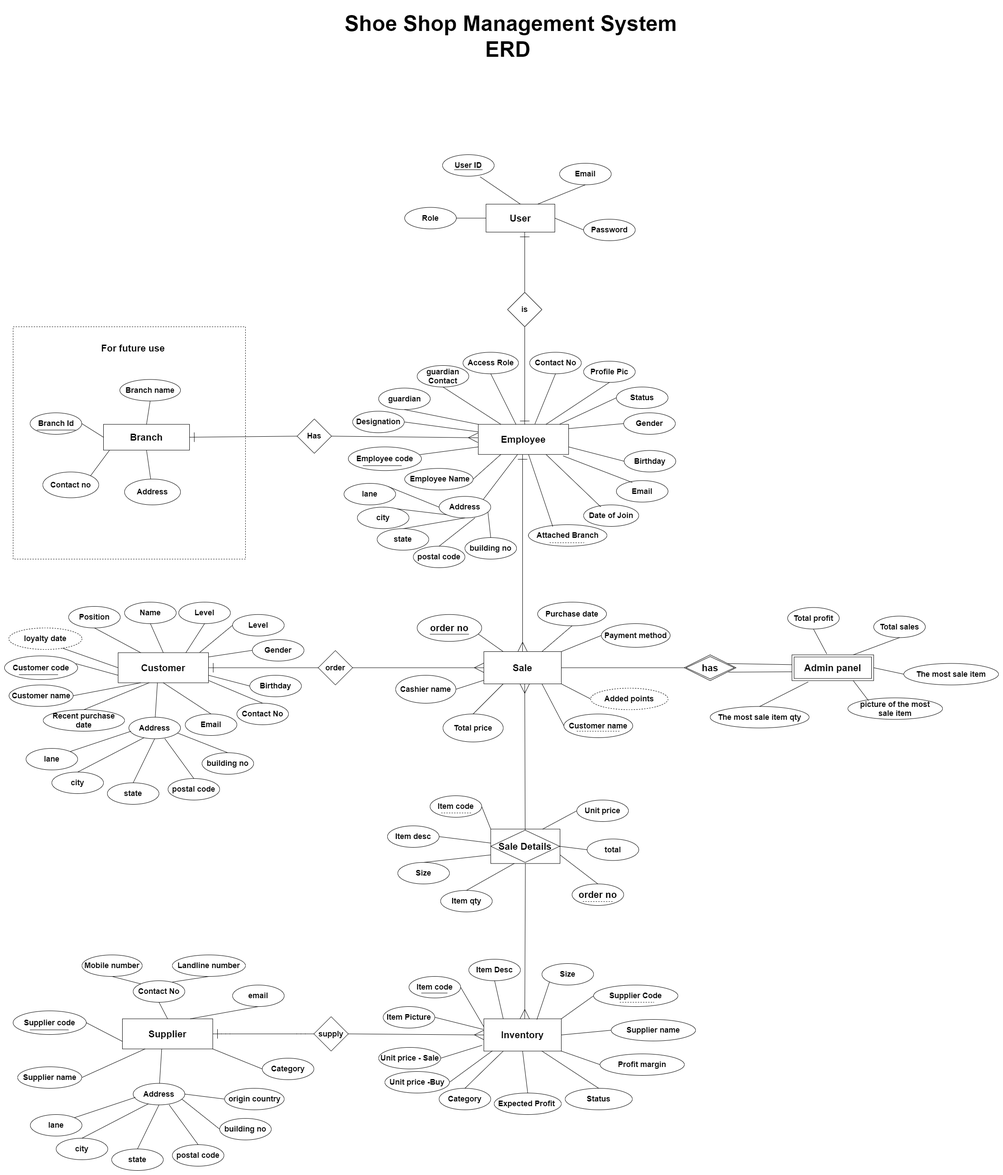
YasasDaraka/Shoe-shop-management-system keeps this draw.io diagram as entity relation diagram.png. Above is the earlier version. Source tidied: cells renumbered, new cells last; positions are measured from the earlier drawing's top-left corner, leaving out a move shared by most shapes.
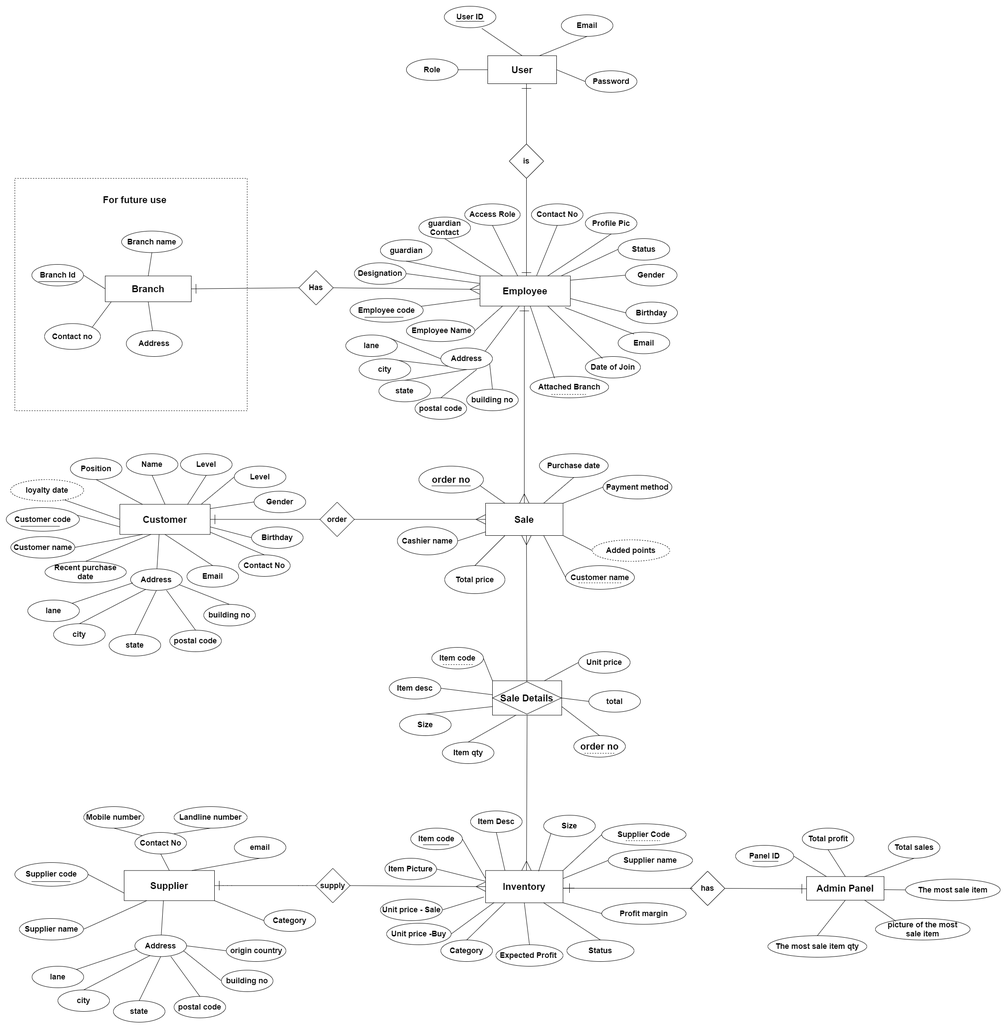
Above is the later version.

Diff of the diagram source:
```diff
@@ -33,7 +33,7 @@
       <mxGeometry x="1079" y="2210" width="120" height="50" as="geometry" />
     </mxCell>
     <mxCell id="12" value="&lt;h2&gt;Supplier Code &lt;/h2&gt;" style="ellipse;whiteSpace=wrap;html=1;" parent="1" vertex="1">
-      <mxGeometry x="1369" y="2270" width="196" height="50" as="geometry" />
+      <mxGeometry x="1384" y="2240" width="196" height="50" as="geometry" />
     </mxCell>
     <mxCell id="13" value="&lt;h2&gt;Expected Profit&amp;nbsp;&lt;/h2&gt;" style="ellipse;whiteSpace=wrap;html=1;" parent="1" vertex="1">
       <mxGeometry x="1138" y="2521" width="156" height="50" as="geometry" />
@@ -365,13 +365,13 @@
       <mxGeometry relative="1" as="geometry" />
     </mxCell>
     <mxCell id="108" value="&lt;h2&gt;Supplier name&lt;/h2&gt;" style="ellipse;whiteSpace=wrap;html=1;" parent="1" vertex="1">
-      <mxGeometry x="1410" y="2350" width="196" height="50" as="geometry" />
+      <mxGeometry x="1399" y="2300" width="196" height="50" as="geometry" />
     </mxCell>
-    <mxCell id="109" style="endArrow=none;html=1;strokeColor=#000000;exitX=1;exitY=0.5;exitDx=0;exitDy=0;entryX=0;entryY=0.5;entryDx=0;entryDy=0;" parent="1" edge="1" source="9" target="108">
+    <mxCell id="109" style="endArrow=none;html=1;strokeColor=#000000;exitX=1;exitY=0.25;exitDx=0;exitDy=0;entryX=0;entryY=0.5;entryDx=0;entryDy=0;" parent="1" edge="1" source="9" target="108">
       <mxGeometry relative="1" as="geometry" />
     </mxCell>
     <mxCell id="110" value="&lt;h2&gt;Profit margin&lt;/h2&gt;" style="ellipse;whiteSpace=wrap;html=1;" parent="1" vertex="1">
-      <mxGeometry x="1384" y="2430" width="196" height="50" as="geometry" />
+      <mxGeometry x="1384" y="2423.5" width="196" height="50" as="geometry" />
     </mxCell>
     <mxCell id="111" style="endArrow=none;html=1;strokeColor=#000000;entryX=0;entryY=0.5;entryDx=0;entryDy=0;exitX=1;exitY=1;exitDx=0;exitDy=0;" parent="1" edge="1" source="9" target="110">
       <mxGeometry relative="1" as="geometry" />
@@ -563,8 +563,8 @@
     </mxCell>
     <mxCell id="168" style="endArrow=none;html=1;dashed=1;" parent="1" edge="1">
       <mxGeometry relative="1" as="geometry">
-        <mxPoint x="1430" y="2310" as="sourcePoint" />
-        <mxPoint x="1509" y="2310" as="targetPoint" />
+        <mxPoint x="1440" y="2279.2" as="sourcePoint" />
+        <mxPoint x="1519" y="2279.2" as="targetPoint" />
       </mxGeometry>
     </mxCell>
     <mxCell id="169" value="&lt;h3&gt;&lt;font style=&quot;font-size: 22px&quot;&gt;Employee&lt;/font&gt;&lt;/h3&gt;" style="rounded=0;whiteSpace=wrap;html=1;" parent="1" vertex="1">
@@ -705,56 +705,77 @@
         <mxPoint x="1347" y="1242" as="targetPoint" />
       </mxGeometry>
     </mxCell>
+    <mxCell id="228" value="&lt;h3&gt;&lt;span style=&quot;font-size: 22px&quot;&gt;For future use&lt;/span&gt;&lt;/h3&gt;" style="text;html=1;strokeColor=none;fillColor=none;align=center;verticalAlign=middle;whiteSpace=wrap;rounded=0;dashed=1;" parent="1" vertex="1">
+      <mxGeometry x="209" y="770" width="180" height="40" as="geometry" />
+    </mxCell>
     <mxCell id="213" value="&lt;h2&gt;Total sales &lt;/h2&gt;" style="ellipse;whiteSpace=wrap;html=1;" parent="1" vertex="1">
-      <mxGeometry x="2020" y="1412.5" width="120" height="50" as="geometry" />
+      <mxGeometry x="2050" y="2270" width="120" height="50" as="geometry" />
     </mxCell>
     <mxCell id="214" value="&lt;h2&gt;The most sale item&lt;/h2&gt;" style="ellipse;whiteSpace=wrap;html=1;" parent="1" vertex="1">
-      <mxGeometry x="2090" y="1522.5" width="220" height="50" as="geometry" />
+      <mxGeometry x="2090" y="2368.5" width="220" height="50" as="geometry" />
     </mxCell>
     <mxCell id="215" value="&lt;h2&gt;The most sale item qty&lt;/h2&gt;" style="ellipse;whiteSpace=wrap;html=1;" parent="1" vertex="1">
-      <mxGeometry x="1640" y="1622.5" width="230" height="50" as="geometry" />
+      <mxGeometry x="1770" y="2500" width="230" height="50" as="geometry" />
     </mxCell>
-    <mxCell id="216" style="endArrow=none;html=1;strokeColor=#000000;entryX=0.5;entryY=1;entryDx=0;entryDy=0;exitX=0.75;exitY=0;exitDx=0;exitDy=0;" parent="1" edge="1" source="223" target="213">
-      <mxGeometry relative="1" as="geometry" />
-    </mxCell>
-    <mxCell id="217" style="endArrow=none;html=1;strokeColor=#000000;entryX=0.5;entryY=1;entryDx=0;entryDy=0;exitX=0.426;exitY=-0.033;exitDx=0;exitDy=0;exitPerimeter=0;" parent="1" edge="1" source="223" target="220">
-      <mxGeometry relative="1" as="geometry" />
-    </mxCell>
-    <mxCell id="218" style="endArrow=none;html=1;strokeColor=#000000;entryX=0.198;entryY=1.05;entryDx=0;entryDy=0;exitX=0.5;exitY=0;exitDx=0;exitDy=0;entryPerimeter=0;" parent="1" edge="1" source="215" target="223">
-      <mxGeometry relative="1" as="geometry" />
-    </mxCell>
-    <mxCell id="219" style="endArrow=none;html=1;strokeColor=#000000;entryX=0;entryY=0.5;entryDx=0;entryDy=0;exitX=1;exitY=0.5;exitDx=0;exitDy=0;" parent="1" edge="1" source="223" target="214">
-      <mxGeometry relative="1" as="geometry" />
-    </mxCell>
     <mxCell id="220" value="&lt;h2&gt;Total profit&lt;/h2&gt;" style="ellipse;whiteSpace=wrap;html=1;" parent="1" vertex="1">
-      <mxGeometry x="1820" y="1392.5" width="120" height="50" as="geometry" />
+      <mxGeometry x="1850" y="2250" width="120" height="50" as="geometry" />
     </mxCell>
+    <mxCell id="224" value="&lt;h2&gt;has&lt;/h2&gt;" style="rhombus;whiteSpace=wrap;html=1;" parent="1" vertex="1">
+      <mxGeometry x="1590" y="2350" width="80" height="80" as="geometry" />
+    </mxCell>
+    <mxCell id="230" value="&lt;h3&gt;&lt;font style=&quot;font-size: 22px&quot;&gt;Admin Panel&lt;/font&gt;&lt;/h3&gt;" style="rounded=0;whiteSpace=wrap;html=1;" parent="1" vertex="1">
+      <mxGeometry x="1860" y="2362.5" width="180" height="55" as="geometry" />
+    </mxCell>
+    <mxCell id="231" value="&lt;h2&gt;Panel ID&lt;/h2&gt;" style="ellipse;whiteSpace=wrap;html=1;" parent="1" vertex="1">
+      <mxGeometry x="1695" y="2290" width="135" height="50" as="geometry" />
+    </mxCell>
+    <mxCell id="232" style="edgeStyle=entityRelationEdgeStyle;fontSize=12;html=1;endArrow=ERone;endFill=0;strokeWidth=1;endSize=20;entryX=1;entryY=0.5;entryDx=0;entryDy=0;" parent="1" edge="1">
+      <mxGeometry relative="1" as="geometry">
+        <mxPoint x="1570" y="2390" as="sourcePoint" />
+        <mxPoint x="1320" y="2389.5" as="targetPoint" />
+        <Array as="points">
+          <mxPoint x="1590" y="2390" />
+          <mxPoint x="1600" y="2400" />
+          <mxPoint x="1600" y="2390" />
+          <mxPoint x="1600" y="2390" />
+        </Array>
+      </mxGeometry>
+    </mxCell>
+    <mxCell id="233" style="endArrow=ERone;html=1;entryX=0;entryY=0.5;entryDx=0;entryDy=0;endFill=0;endSize=20;exitX=1;exitY=0.5;exitDx=0;exitDy=0;" parent="1" edge="1" source="224">
+      <mxGeometry relative="1" as="geometry">
+        <mxPoint x="1860" y="2391" as="targetPoint" />
+      </mxGeometry>
+    </mxCell>
+    <mxCell id="234" style="endArrow=none;html=1;strokeColor=#000000;exitX=0.5;exitY=0;exitDx=0;exitDy=0;" parent="1" edge="1" source="230">
+      <mxGeometry relative="1" as="geometry">
+        <mxPoint x="1910" y="2300" as="targetPoint" />
+      </mxGeometry>
+    </mxCell>
+    <mxCell id="235" style="endArrow=none;html=1;strokeColor=#000000;entryX=1;entryY=0.5;entryDx=0;entryDy=0;" parent="1" edge="1" source="230" target="231">
+      <mxGeometry relative="1" as="geometry" />
+    </mxCell>
+    <mxCell id="236" style="endArrow=none;html=1;strokeColor=#000000;exitX=0.75;exitY=0;exitDx=0;exitDy=0;entryX=0.5;entryY=1;entryDx=0;entryDy=0;" parent="1" edge="1" source="230" target="213">
+      <mxGeometry relative="1" as="geometry" />
+    </mxCell>
+    <mxCell id="237" style="endArrow=none;html=1;strokeColor=#000000;entryX=0;entryY=0.5;entryDx=0;entryDy=0;" parent="1" edge="1" target="214">
+      <mxGeometry relative="1" as="geometry">
+        <mxPoint x="2040" y="2393" as="sourcePoint" />
+      </mxGeometry>
+    </mxCell>
+    <mxCell id="238" style="endArrow=none;html=1;strokeColor=#000000;exitX=0.5;exitY=0;exitDx=0;exitDy=0;entryX=0.5;entryY=1;entryDx=0;entryDy=0;" parent="1" edge="1" source="215" target="230">
+      <mxGeometry relative="1" as="geometry" />
+    </mxCell>
     <mxCell id="221" value="&lt;h2&gt; picture of the most&lt;br/&gt;sale item&lt;/h2&gt;" style="ellipse;whiteSpace=wrap;html=1;" parent="1" vertex="1">
-      <mxGeometry x="1960" y="1602.5" width="220" height="50" as="geometry" />
+      <mxGeometry x="2020" y="2460" width="220" height="50" as="geometry" />
     </mxCell>
-    <mxCell id="222" style="endArrow=none;html=1;strokeColor=#000000;entryX=0.75;entryY=1;entryDx=0;entryDy=0;exitX=0.217;exitY=0.127;exitDx=0;exitDy=0;exitPerimeter=0;" parent="1" edge="1" source="221" target="223">
-      <mxGeometry relative="1" as="geometry" />
-    </mxCell>
-    <mxCell id="223" value="&lt;h3&gt;&lt;font style=&quot;font-size: 22px&quot;&gt;Admin panel&lt;/font&gt;&lt;/h3&gt;" style="shape=ext;margin=3;double=1;whiteSpace=wrap;html=1;align=center;" parent="1" vertex="1">
-      <mxGeometry x="1830" y="1502.5" width="190" height="60" as="geometry" />
-    </mxCell>
-    <mxCell id="224" value="&lt;h3&gt;&lt;span style=&quot;font-size: 22px&quot;&gt;has&lt;/span&gt;&lt;/h3&gt;" style="shape=rhombus;double=1;perimeter=rhombusPerimeter;whiteSpace=wrap;html=1;align=center;" parent="1" vertex="1">
-      <mxGeometry x="1580" y="1502.5" width="120" height="60" as="geometry" />
-    </mxCell>
-    <mxCell id="225" style="endArrow=none;html=1;rounded=0;exitX=0.833;exitY=0.338;exitDx=0;exitDy=0;exitPerimeter=0;entryX=-0.001;entryY=0.381;entryDx=0;entryDy=0;entryPerimeter=0;" parent="1" edge="1" source="224" target="223">
-      <mxGeometry relative="1" as="geometry" />
-    </mxCell>
-    <mxCell id="226" style="endArrow=none;html=1;rounded=0;entryX=-0.004;entryY=0.657;entryDx=0;entryDy=0;entryPerimeter=0;exitX=0.853;exitY=0.671;exitDx=0;exitDy=0;exitPerimeter=0;" parent="1" edge="1" source="224" target="223">
-      <mxGeometry relative="1" as="geometry" />
-    </mxCell>
-    <mxCell id="227" style="endArrow=none;html=1;rounded=0;entryX=0;entryY=0.5;entryDx=0;entryDy=0;" parent="1" edge="1" source="5" target="224">
-      <mxGeometry relative="1" as="geometry" />
-    </mxCell>
-    <mxCell id="228" value="&lt;h3&gt;&lt;span style=&quot;font-size: 22px&quot;&gt;For future use&lt;/span&gt;&lt;/h3&gt;" style="text;html=1;strokeColor=none;fillColor=none;align=center;verticalAlign=middle;whiteSpace=wrap;rounded=0;dashed=1;" parent="1" vertex="1">
-      <mxGeometry x="209" y="770" width="180" height="40" as="geometry" />
-    </mxCell>
-    <mxCell id="229" value="&lt;h3&gt;&lt;font style=&quot;font-size: 50px&quot;&gt;&amp;nbsp;Shoe Shop Management System ERD&lt;/font&gt;&lt;/h3&gt;" style="text;html=1;strokeColor=none;fillColor=none;align=center;verticalAlign=middle;whiteSpace=wrap;rounded=0;" parent="1" vertex="1">
-      <mxGeometry x="720" width="900" height="130" as="geometry" />
-    </mxCell>
+    <mxCell id="239" style="endArrow=none;html=1;strokeColor=#000000;entryX=0.75;entryY=1;entryDx=0;entryDy=0;exitX=0.217;exitY=0.127;exitDx=0;exitDy=0;exitPerimeter=0;" parent="1" edge="1" source="221" target="230">
+      <mxGeometry relative="1" as="geometry" />
+    </mxCell>
+    <mxCell id="240" style="endArrow=none;html=1;strokeColor=#000000;" parent="1" edge="1">
+      <mxGeometry relative="1" as="geometry">
+        <mxPoint x="1734.5" y="2327.3" as="sourcePoint" />
+        <mxPoint x="1794.5" y="2327.3" as="targetPoint" />
+      </mxGeometry>
+    </mxCell>
   </root>
 </mxGraphModel>
```
